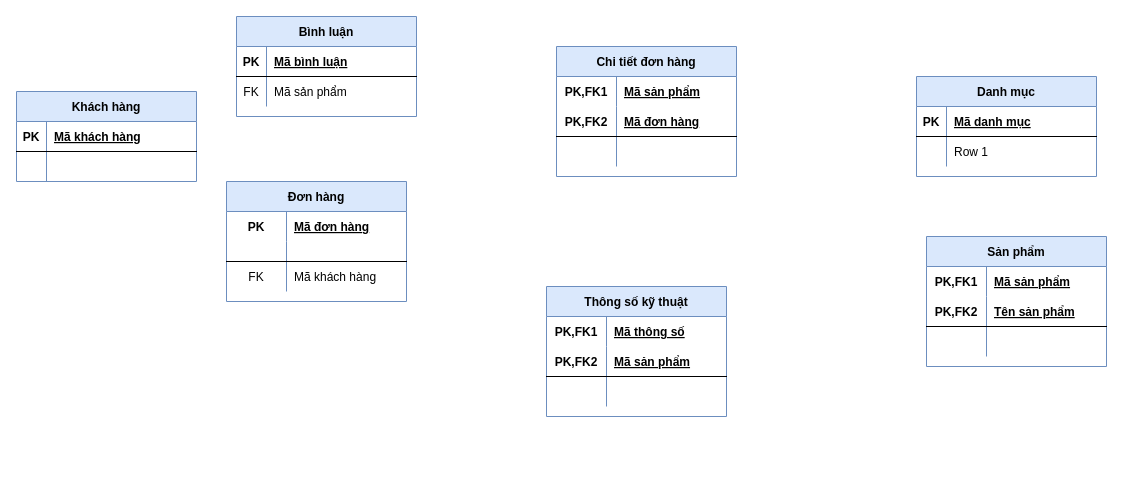
KhoantenKhoan/Team5 keeps this draw.io diagram as Biểu đồ không có tiêu đề.drawio. Above is the earlier version. Source tidied: cells renumbered, new cells numbered last; positions are measured from the earlier drawing's top-left corner, leaving out a move shared by most shapes. Both pictures are drawn from the tidied source at 100%, with x=0, y=0 at pixel (16, 16).
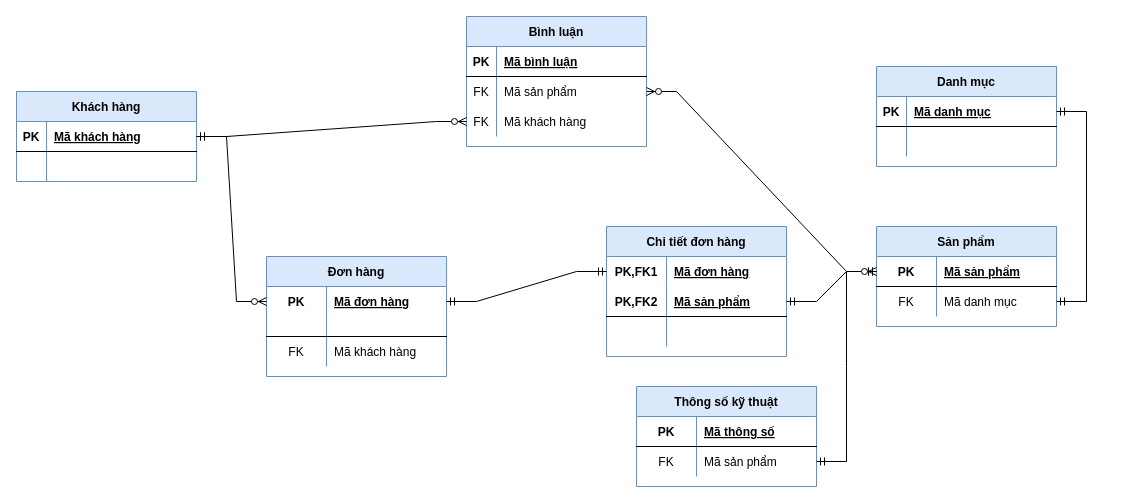
The same diagram, later.

The change refers to these unchanged cells:
```xml
<mxCell id="3" style="shape=partialRectangle;fillColor=none;top=0;left=0;bottom=1;right=0;points=[[0,0.5],[1,0.5]];portConstraint=eastwest;" parent="2" vertex="1">
  <mxGeometry y="30" width="180" height="30" as="geometry" />
</mxCell>
<mxCell id="10" style="shape=partialRectangle;fillColor=none;top=0;left=0;bottom=0;right=0;points=[[0,0.5],[1,0.5]];portConstraint=eastwest;" parent="9" vertex="1">
  <mxGeometry y="30" width="180" height="30" as="geometry" />
</mxCell>
<mxCell id="23" style="shape=partialRectangle;fillColor=none;top=0;left=0;bottom=0;right=0;points=[[0,0.5],[1,0.5]];portConstraint=eastwest;" parent="19" vertex="1">
  <mxGeometry y="60" width="180" height="30" as="geometry" />
</mxCell>
<mxCell id="27" style="shape=partialRectangle;fillColor=none;top=0;left=0;bottom=0;right=0;points=[[0,0.5],[1,0.5]];portConstraint=eastwest;" parent="26" vertex="1">
  <mxGeometry y="30" width="180" height="30" as="geometry" />
</mxCell>
<mxCell id="30" style="shape=partialRectangle;fillColor=none;top=0;left=0;bottom=1;right=0;points=[[0,0.5],[1,0.5]];portConstraint=eastwest;" parent="26" vertex="1">
  <mxGeometry y="60" width="180" height="30" as="geometry" />
</mxCell>
<mxCell id="57" style="shape=partialRectangle;fillColor=none;top=0;left=0;bottom=1;right=0;points=[[0,0.5],[1,0.5]];portConstraint=eastwest;" parent="56" vertex="1">
  <mxGeometry y="30" width="180" height="30" as="geometry" />
</mxCell>
<mxCell id="60" style="shape=partialRectangle;fillColor=none;top=0;left=0;bottom=0;right=0;" parent="56" vertex="1">
  <mxGeometry y="60" width="180" height="30" as="geometry" />
</mxCell>
```

Change to the diagram source:
```diff
@@
     <mxCell id="9" value="Đơn hàng" style="shape=table;startSize=30;childLayout=tableLayout;rowLines=0;fontStyle=1;align=center;fillColor=#dae8fc;strokeColor=#6c8ebf;" parent="1" vertex="1">
-      <mxGeometry x="210" y="165" width="180" height="120" as="geometry" />
+      <mxGeometry x="250" y="240" width="180" height="120" as="geometry" />
     </mxCell>
@@
     <mxCell id="19" value="Bình luận" style="shape=table;startSize=30;childLayout=tableLayout;rowLines=0;fontStyle=1;align=center;fillColor=#dae8fc;strokeColor=#6c8ebf;" parent="1" vertex="1">
-      <mxGeometry x="220" width="180" height="100" as="geometry" />
+      <mxGeometry x="450" width="180" height="130" as="geometry" />
     </mxCell>
@@
+    <mxCell id="63" style="shape=partialRectangle;fillColor=none;top=0;left=0;bottom=0;right=0;points=[[0,0.5],[1,0.5]];portConstraint=eastwest;" parent="19" vertex="1">
+      <mxGeometry y="90" width="180" height="30" as="geometry" />
+    </mxCell>
+    <mxCell id="64" value="FK" style="shape=partialRectangle;fillColor=none;top=0;left=0;bottom=0;right=0;overflow=hidden;" parent="63" vertex="1">
+      <mxGeometry width="30" height="30" as="geometry" />
+    </mxCell>
+    <mxCell id="65" value="Mã khách hàng" style="shape=partialRectangle;fillColor=none;top=0;left=0;bottom=0;right=0;align=left;spacingLeft=6;overflow=hidden;" parent="63" vertex="1">
+      <mxGeometry x="30" width="150" height="30" as="geometry" />
+    </mxCell>
     <mxCell id="26" value="Chi tiết đơn hàng" style="shape=table;startSize=30;childLayout=tableLayout;rowLines=0;fontStyle=1;align=center;fillColor=#dae8fc;strokeColor=#6c8ebf;" parent="1" vertex="1">
-      <mxGeometry x="540" y="30" width="180" height="130" as="geometry" />
+      <mxGeometry x="590" y="210" width="180" height="130" as="geometry" />
     </mxCell>
@@
-    <mxCell id="29" value="Mã sản phẩm" style="shape=partialRectangle;fillColor=none;top=0;left=0;bottom=0;right=0;align=left;spacingLeft=6;fontStyle=5;overflow=hidden;" parent="27" vertex="1">
+    <mxCell id="29" value="Mã đơn hàng" style="shape=partialRectangle;fillColor=none;top=0;left=0;bottom=0;right=0;align=left;spacingLeft=6;fontStyle=5;overflow=hidden;" parent="27" vertex="1">
       <mxGeometry x="60" width="120" height="30" as="geometry" />
     </mxCell>
@@
-    <mxCell id="32" value="Mã đơn hàng" style="shape=partialRectangle;fillColor=none;top=0;left=0;bottom=0;right=0;align=left;spacingLeft=6;fontStyle=5;overflow=hidden;" parent="30" vertex="1">
+    <mxCell id="32" value="Mã sản phẩm" style="shape=partialRectangle;fillColor=none;top=0;left=0;bottom=0;right=0;align=left;spacingLeft=6;fontStyle=5;overflow=hidden;" parent="30" vertex="1">
       <mxGeometry x="60" width="120" height="30" as="geometry" />
     </mxCell>
@@
     <mxCell id="36" value="Thông số kỹ thuật" style="shape=table;startSize=30;childLayout=tableLayout;rowLines=0;fontStyle=1;align=center;fillColor=#dae8fc;strokeColor=#6c8ebf;" parent="1" vertex="1">
-      <mxGeometry x="530" y="270" width="180" height="130" as="geometry" />
+      <mxGeometry x="620" y="370" width="180" height="100" as="geometry" />
     </mxCell>
-    <mxCell id="37" style="shape=partialRectangle;fillColor=none;top=0;left=0;bottom=0;right=0;" parent="36" vertex="1">
-      <mxGeometry y="30" width="180" height="30" as="geometry" />
-    </mxCell>
-    <mxCell id="38" value="PK,FK1" style="shape=partialRectangle;fillColor=none;top=0;left=0;bottom=0;right=0;fontStyle=1;overflow=hidden;" parent="37" vertex="1">
-      <mxGeometry width="60" height="30" as="geometry" />
-    </mxCell>
-    <mxCell id="39" value="Mã thông số" style="shape=partialRectangle;fillColor=none;top=0;left=0;bottom=0;right=0;align=left;spacingLeft=6;fontStyle=5;overflow=hidden;" parent="37" vertex="1">
-      <mxGeometry x="60" width="120" height="30" as="geometry" />
-    </mxCell>
     <mxCell id="40" style="shape=partialRectangle;fillColor=none;top=0;left=0;bottom=1;right=0;" parent="36" vertex="1">
-      <mxGeometry y="60" width="180" height="30" as="geometry" />
+      <mxGeometry y="30" width="180" height="30" as="geometry" />
     </mxCell>
-    <mxCell id="41" value="PK,FK2" style="shape=partialRectangle;fillColor=none;top=0;left=0;bottom=0;right=0;fontStyle=1;overflow=hidden;" parent="40" vertex="1">
+    <mxCell id="41" value="PK" style="shape=partialRectangle;fillColor=none;top=0;left=0;bottom=0;right=0;fontStyle=1;overflow=hidden;" parent="40" vertex="1">
       <mxGeometry width="60" height="30" as="geometry" />
     </mxCell>
-    <mxCell id="42" value="Mã sản phẩm" style="shape=partialRectangle;fillColor=none;top=0;left=0;bottom=0;right=0;align=left;spacingLeft=6;fontStyle=5;overflow=hidden;" parent="40" vertex="1">
+    <mxCell id="42" value="Mã thông số" style="shape=partialRectangle;fillColor=none;top=0;left=0;bottom=0;right=0;align=left;spacingLeft=6;fontStyle=5;overflow=hidden;" parent="40" vertex="1">
       <mxGeometry x="60" width="120" height="30" as="geometry" />
     </mxCell>
     <mxCell id="43" style="shape=partialRectangle;fillColor=none;top=0;left=0;bottom=0;right=0;points=[[0,0.5],[1,0.5]];portConstraint=eastwest;" parent="36" vertex="1">
-      <mxGeometry y="90" width="180" height="30" as="geometry" />
+      <mxGeometry y="60" width="180" height="30" as="geometry" />
     </mxCell>
-    <mxCell id="44" style="shape=partialRectangle;fillColor=none;top=0;left=0;bottom=0;right=0;overflow=hidden;" parent="43" vertex="1">
+    <mxCell id="44" value="FK" style="shape=partialRectangle;fillColor=none;top=0;left=0;bottom=0;right=0;overflow=hidden;" parent="43" vertex="1">
       <mxGeometry width="60" height="30" as="geometry" />
     </mxCell>
-    <mxCell id="45" style="shape=partialRectangle;fillColor=none;top=0;left=0;bottom=0;right=0;align=left;spacingLeft=6;overflow=hidden;" parent="43" vertex="1">
+    <mxCell id="45" value="Mã sản phẩm" style="shape=partialRectangle;fillColor=none;top=0;left=0;bottom=0;right=0;align=left;spacingLeft=6;overflow=hidden;" parent="43" vertex="1">
       <mxGeometry x="60" width="120" height="30" as="geometry" />
     </mxCell>
     <mxCell id="46" value="Sản phẩm" style="shape=table;startSize=30;childLayout=tableLayout;rowLines=0;fontStyle=1;align=center;fillColor=#dae8fc;strokeColor=#6c8ebf;" parent="1" vertex="1">
-      <mxGeometry x="910" y="220" width="180" height="130" as="geometry" />
+      <mxGeometry x="860" y="210" width="180" height="100" as="geometry" />
     </mxCell>
-    <mxCell id="47" style="shape=partialRectangle;fillColor=none;top=0;left=0;bottom=0;right=0;" parent="46" vertex="1">
-      <mxGeometry y="30" width="180" height="30" as="geometry" />
-    </mxCell>
-    <mxCell id="48" value="PK,FK1" style="shape=partialRectangle;fillColor=none;top=0;left=0;bottom=0;right=0;fontStyle=1;overflow=hidden;" parent="47" vertex="1">
-      <mxGeometry width="60" height="30" as="geometry" />
-    </mxCell>
-    <mxCell id="49" value="Mã sản phẩm" style="shape=partialRectangle;fillColor=none;top=0;left=0;bottom=0;right=0;align=left;spacingLeft=6;fontStyle=5;overflow=hidden;" parent="47" vertex="1">
-      <mxGeometry x="60" width="120" height="30" as="geometry" />
-    </mxCell>
     <mxCell id="50" style="shape=partialRectangle;fillColor=none;top=0;left=0;bottom=1;right=0;points=[[0,0.5],[1,0.5]];portConstraint=eastwest;" parent="46" vertex="1">
-      <mxGeometry y="60" width="180" height="30" as="geometry" />
+      <mxGeometry y="30" width="180" height="30" as="geometry" />
     </mxCell>
-    <mxCell id="51" value="PK,FK2" style="shape=partialRectangle;fillColor=none;top=0;left=0;bottom=0;right=0;fontStyle=1;overflow=hidden;" parent="50" vertex="1">
+    <mxCell id="51" value="PK" style="shape=partialRectangle;fillColor=none;top=0;left=0;bottom=0;right=0;fontStyle=1;overflow=hidden;" parent="50" vertex="1">
       <mxGeometry width="60" height="30" as="geometry" />
     </mxCell>
-    <mxCell id="52" value="Tên sản phẩm" style="shape=partialRectangle;fillColor=none;top=0;left=0;bottom=0;right=0;align=left;spacingLeft=6;fontStyle=5;overflow=hidden;" parent="50" vertex="1">
+    <mxCell id="52" value="Mã sản phẩm" style="shape=partialRectangle;fillColor=none;top=0;left=0;bottom=0;right=0;align=left;spacingLeft=6;fontStyle=5;overflow=hidden;" parent="50" vertex="1">
       <mxGeometry x="60" width="120" height="30" as="geometry" />
     </mxCell>
     <mxCell id="53" style="shape=partialRectangle;fillColor=none;top=0;left=0;bottom=0;right=0;points=[[0,0.5],[1,0.5]];portConstraint=eastwest;" parent="46" vertex="1">
-      <mxGeometry y="90" width="180" height="30" as="geometry" />
+      <mxGeometry y="60" width="180" height="30" as="geometry" />
     </mxCell>
-    <mxCell id="54" style="shape=partialRectangle;fillColor=none;top=0;left=0;bottom=0;right=0;overflow=hidden;" parent="53" vertex="1">
+    <mxCell id="54" value="FK" style="shape=partialRectangle;fillColor=none;top=0;left=0;bottom=0;right=0;overflow=hidden;" parent="53" vertex="1">
       <mxGeometry width="60" height="30" as="geometry" />
     </mxCell>
-    <mxCell id="55" style="shape=partialRectangle;fillColor=none;top=0;left=0;bottom=0;right=0;align=left;spacingLeft=6;overflow=hidden;" parent="53" vertex="1">
+    <mxCell id="55" value="Mã danh mục" style="shape=partialRectangle;fillColor=none;top=0;left=0;bottom=0;right=0;align=left;spacingLeft=6;overflow=hidden;" parent="53" vertex="1">
       <mxGeometry x="60" width="120" height="30" as="geometry" />
     </mxCell>
     <mxCell id="56" value="Danh mục" style="shape=table;startSize=30;childLayout=tableLayout;rowLines=0;fontStyle=1;align=center;fillColor=#dae8fc;strokeColor=#6c8ebf;" parent="1" vertex="1">
-      <mxGeometry x="900" y="60" width="180" height="100" as="geometry" />
+      <mxGeometry x="860" y="50" width="180" height="100" as="geometry" />
     </mxCell>
@@
-    <mxCell id="62" value="Row 1" style="shape=partialRectangle;fillColor=none;top=0;left=0;bottom=0;right=0;align=left;spacingLeft=6;overflow=hidden;" parent="60" vertex="1">
+    <mxCell id="62" style="shape=partialRectangle;fillColor=none;top=0;left=0;bottom=0;right=0;align=left;spacingLeft=6;overflow=hidden;" parent="60" vertex="1">
       <mxGeometry x="30" width="150" height="30" as="geometry" />
     </mxCell>
+    <mxCell id="66" style="edgeStyle=entityRelationEdgeStyle;fontSize=12;html=1;endArrow=ERmandOne;startArrow=ERmandOne;rounded=0;entryX=1;entryY=0.5;entryDx=0;entryDy=0;exitX=1;exitY=0.5;exitDx=0;exitDy=0;" parent="1" edge="1" source="53" target="57">
+      <mxGeometry relative="1" as="geometry" />
+    </mxCell>
+    <mxCell id="67" style="edgeStyle=entityRelationEdgeStyle;fontSize=12;html=1;endArrow=ERmandOne;startArrow=ERmandOne;rounded=0;entryX=0;entryY=0.5;entryDx=0;entryDy=0;exitX=1;exitY=0.5;exitDx=0;exitDy=0;" parent="1" edge="1" source="43" target="50">
+      <mxGeometry relative="1" as="geometry" />
+    </mxCell>
+    <mxCell id="68" style="edgeStyle=entityRelationEdgeStyle;fontSize=12;html=1;endArrow=ERmandOne;startArrow=ERmandOne;rounded=0;entryX=0;entryY=0.5;entryDx=0;entryDy=0;exitX=1;exitY=0.5;exitDx=0;exitDy=0;" parent="1" edge="1" source="30" target="50">
+      <mxGeometry relative="1" as="geometry" />
+    </mxCell>
+    <mxCell id="69" style="edgeStyle=entityRelationEdgeStyle;fontSize=12;html=1;endArrow=ERmandOne;startArrow=ERmandOne;rounded=0;entryX=0;entryY=0.5;entryDx=0;entryDy=0;" parent="1" edge="1" source="10" target="27">
+      <mxGeometry relative="1" as="geometry" />
+    </mxCell>
+    <mxCell id="70" style="edgeStyle=entityRelationEdgeStyle;fontSize=12;html=1;endArrow=ERzeroToMany;startArrow=ERmandOne;rounded=0;exitX=1;exitY=0.5;exitDx=0;exitDy=0;entryX=0;entryY=0.5;entryDx=0;entryDy=0;" parent="1" edge="1" source="3" target="10">
+      <mxGeometry relative="1" as="geometry" />
+    </mxCell>
+    <mxCell id="71" style="edgeStyle=entityRelationEdgeStyle;fontSize=12;html=1;endArrow=ERzeroToMany;startArrow=ERmandOne;rounded=0;exitX=1;exitY=0.5;exitDx=0;exitDy=0;entryX=0;entryY=0.5;entryDx=0;entryDy=0;" parent="1" edge="1" source="3" target="63">
+      <mxGeometry relative="1" as="geometry" />
+    </mxCell>
+    <mxCell id="72" style="edgeStyle=entityRelationEdgeStyle;fontSize=12;html=1;endArrow=ERzeroToMany;endFill=1;startArrow=ERzeroToMany;rounded=0;exitX=0;exitY=0.5;exitDx=0;exitDy=0;" parent="1" edge="1" source="50" target="23">
+      <mxGeometry relative="1" as="geometry" />
+    </mxCell>
```
